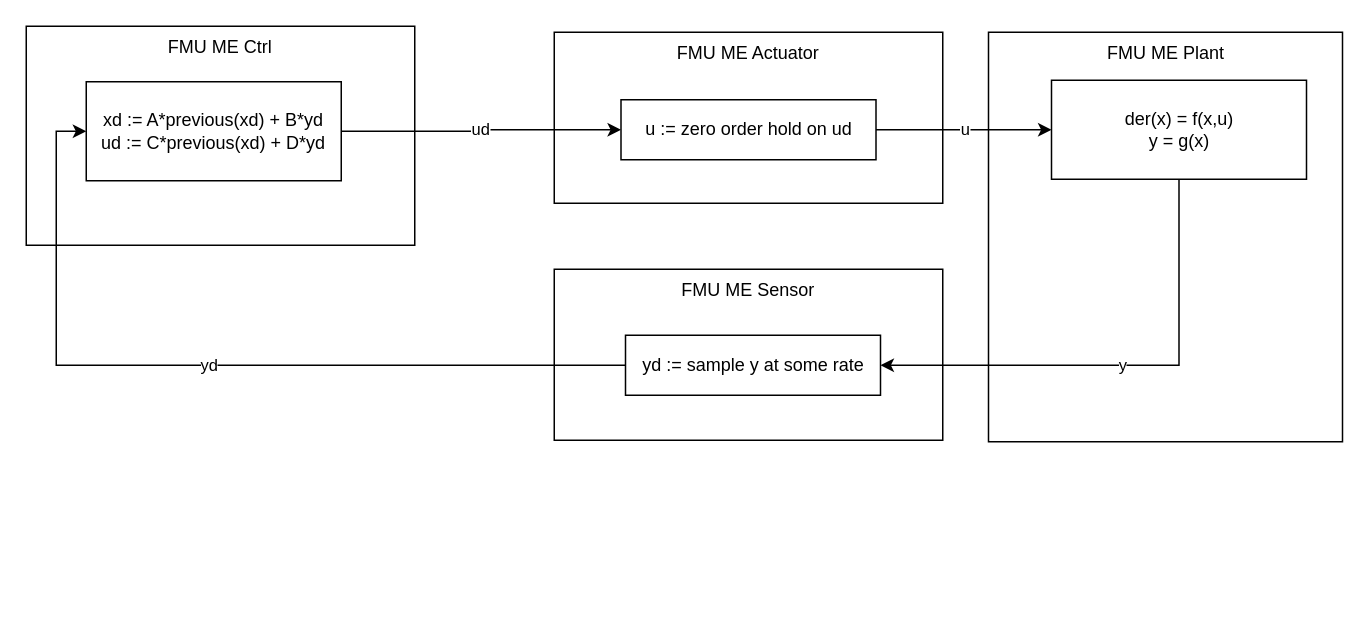
This is docs/3.0-dev/images/synchronous-clock-scenario.drawio from modelica/fmi-standard.org, a draw.io file, before an edit. Source tidied: cells renumbered, new cells numbered last; positions are measured from the earlier drawing's top-left corner, leaving out a move shared by most shapes. Both pictures are drawn from the tidied source at 150%, with x=0, y=0 at pixel (26, 26).
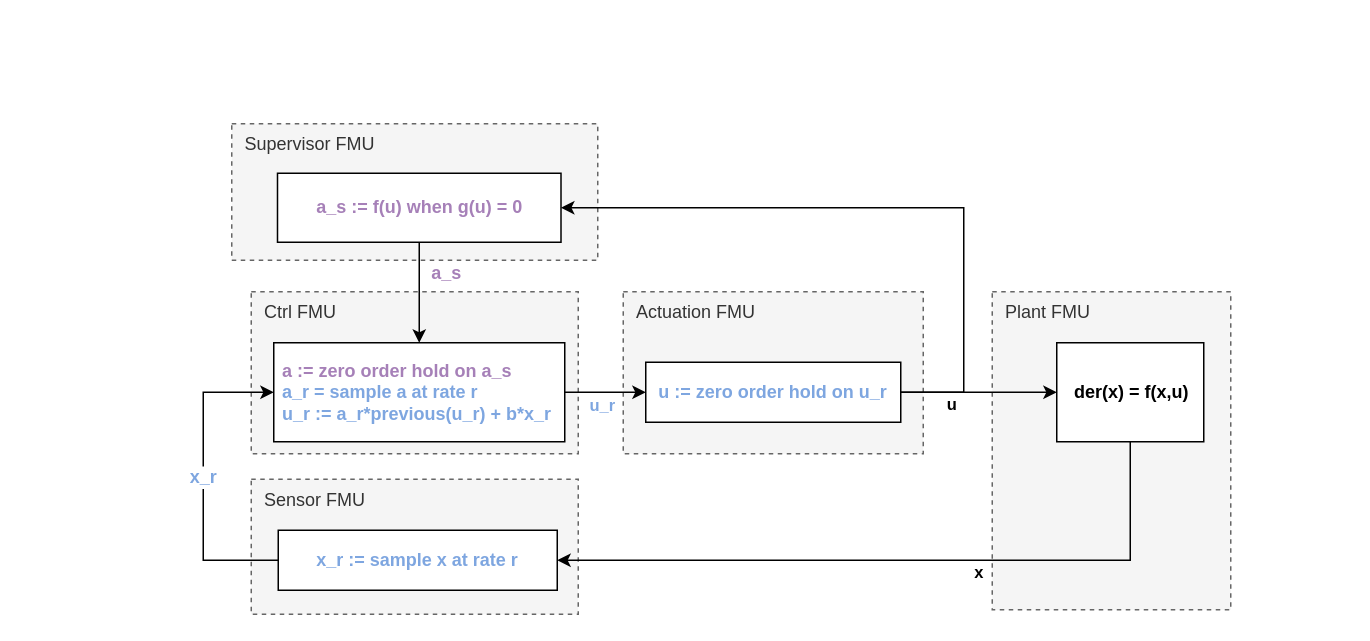
Above is the later version.

What changed in the source:
```diff
@@
-    <mxCell id="2" value="FMU ME Sensor" style="rounded=0;whiteSpace=wrap;html=1;verticalAlign=top;fillColor=none;" parent="1" vertex="1">
-      <mxGeometry x="352" y="162" width="259" height="114" as="geometry" />
-    </mxCell>
-    <mxCell id="3" value="FMU ME Ctrl" style="rounded=0;whiteSpace=wrap;html=1;verticalAlign=top;fillColor=none;" parent="1" vertex="1">
-      <mxGeometry width="259" height="146" as="geometry" />
-    </mxCell>
-    <mxCell id="4" value="ud" style="edgeStyle=orthogonalEdgeStyle;rounded=0;jettySize=auto;html=1;" parent="1" edge="1" source="5" target="9">
-      <mxGeometry relative="1" as="geometry" />
-    </mxCell>
-    <mxCell id="5" value="xd := A*previous(xd) + B*yd&lt;br&gt;ud := C*previous(xd) + D*yd" style="rounded=0;whiteSpace=wrap;html=1;" parent="1" vertex="1">
-      <mxGeometry x="40" y="37" width="170" height="66" as="geometry" />
-    </mxCell>
-    <mxCell id="6" value="yd" style="edgeStyle=orthogonalEdgeStyle;rounded=0;jettySize=auto;html=1;entryX=0;entryY=0.5;entryDx=0;entryDy=0;exitX=0;exitY=0.5;exitDx=0;exitDy=0;" parent="1" edge="1" source="7" target="5">
-      <mxGeometry relative="1" as="geometry" />
-    </mxCell>
-    <mxCell id="7" value="yd := sample y at some rate" style="rounded=0;whiteSpace=wrap;html=1;" parent="1" vertex="1">
-      <mxGeometry x="399.5" y="206" width="170" height="40" as="geometry" />
-    </mxCell>
+    <mxCell id="14" value="Sensor FMU" style="rounded=0;whiteSpace=wrap;html=1;verticalAlign=top;fillColor=#f5f5f5;dashed=1;strokeColor=#666666;fontColor=#333333;align=left;spacingLeft=7;" parent="1" vertex="1">
+      <mxGeometry x="150" y="302" width="218" height="90" as="geometry" />
+    </mxCell>
+    <mxCell id="15" value="Plant FMU" style="rounded=0;whiteSpace=wrap;html=1;verticalAlign=top;fillColor=#f5f5f5;dashed=1;strokeColor=#666666;fontColor=#333333;align=left;spacingLeft=7;" parent="1" vertex="1">
+      <mxGeometry x="644" y="177" width="159" height="212" as="geometry" />
+    </mxCell>
+    <mxCell id="16" value="Actuation FMU" style="rounded=0;whiteSpace=wrap;html=1;verticalAlign=top;fillColor=#f5f5f5;dashed=1;strokeColor=#666666;fontColor=#333333;align=left;spacingLeft=7;" parent="1" vertex="1">
+      <mxGeometry x="398" y="177" width="200" height="108" as="geometry" />
+    </mxCell>
+    <mxCell id="17" value="Ctrl FMU" style="rounded=0;whiteSpace=wrap;html=1;verticalAlign=top;fillColor=#f5f5f5;dashed=1;strokeColor=#666666;fontColor=#333333;align=left;spacingLeft=7;" parent="1" vertex="1">
+      <mxGeometry x="150" y="177" width="218" height="108" as="geometry" />
+    </mxCell>
+    <mxCell id="18" value="&lt;font color=&quot;#7ea6e0&quot;&gt;u_r&lt;/font&gt;" style="edgeStyle=orthogonalEdgeStyle;rounded=0;jettySize=auto;html=1;fontStyle=1;" parent="1" edge="1" source="19" target="22">
+      <mxGeometry x="-0.08" y="-9" relative="1" as="geometry" />
+    </mxCell>
+    <mxCell id="19" value="&lt;font color=&quot;#a680b8&quot;&gt;a := zero order hold on a_s&lt;/font&gt;&lt;br&gt;&lt;font color=&quot;#7ea6e0&quot;&gt;a_r = sample a at rate r&lt;br&gt;u_r := a_r*previous(u_r) + b*x_r&lt;/font&gt;" style="rounded=0;whiteSpace=wrap;html=1;align=left;spacingLeft=4;fontStyle=1;" parent="1" vertex="1">
+      <mxGeometry x="165" y="211" width="194" height="66" as="geometry" />
+    </mxCell>
+    <mxCell id="20" value="&lt;span style=&quot;font-size: 12px&quot;&gt;&lt;font color=&quot;#7ea6e0&quot;&gt;x_r&lt;/font&gt;&lt;/span&gt;" style="edgeStyle=orthogonalEdgeStyle;rounded=0;jettySize=auto;html=1;entryX=0;entryY=0.5;entryDx=0;entryDy=0;exitX=0;exitY=0.5;exitDx=0;exitDy=0;fontStyle=1;" parent="1" edge="1" source="21" target="19">
+      <mxGeometry relative="1" as="geometry">
+        <Array as="points">
+          <mxPoint x="118" y="356" />
+          <mxPoint x="118" y="244" />
+        </Array>
+      </mxGeometry>
+    </mxCell>
+    <mxCell id="21" value="&lt;font color=&quot;#7ea6e0&quot;&gt;x_r := sample x at rate r&lt;/font&gt;" style="rounded=0;whiteSpace=wrap;html=1;fontStyle=1;" parent="1" vertex="1">
+      <mxGeometry x="168" y="336" width="186" height="40" as="geometry" />
+    </mxCell>
-    <mxCell id="8" value="u" style="edgeStyle=orthogonalEdgeStyle;rounded=0;jettySize=auto;html=1;" parent="1" edge="1" source="9" target="11">
-      <mxGeometry relative="1" as="geometry" />
+    <mxCell id="8" value="u" style="edgeStyle=orthogonalEdgeStyle;rounded=0;jettySize=auto;html=1;fontStyle=1;" parent="1" edge="1" source="22" target="24">
+      <mxGeometry x="-0.35" y="-8" relative="1" as="geometry" />
     </mxCell>
-    <mxCell id="9" value="u := zero order hold on ud" style="rounded=0;whiteSpace=wrap;html=1;" parent="1" vertex="1">
-      <mxGeometry x="396.5" y="49" width="170" height="40" as="geometry" />
-    </mxCell>
-    <mxCell id="10" value="y" style="edgeStyle=orthogonalEdgeStyle;rounded=0;jettySize=auto;html=1;exitX=0.5;exitY=1;exitDx=0;exitDy=0;entryX=1;entryY=0.5;entryDx=0;entryDy=0;" parent="1" edge="1" source="11" target="7">
-      <mxGeometry relative="1" as="geometry" />
-    </mxCell>
-    <mxCell id="11" value="der(x) = f(x,u)&lt;br&gt;y = g(x)" style="rounded=0;whiteSpace=wrap;html=1;" parent="1" vertex="1">
-      <mxGeometry x="683.5" y="36" width="170" height="66" as="geometry" />
-    </mxCell>
-    <mxCell id="12" value="FMU ME Actuator" style="rounded=0;whiteSpace=wrap;html=1;verticalAlign=top;fillColor=none;" parent="1" vertex="1">
-      <mxGeometry x="352" y="4" width="259" height="114" as="geometry" />
-    </mxCell>
-    <mxCell id="13" value="FMU ME Plant" style="rounded=0;whiteSpace=wrap;html=1;verticalAlign=top;fillColor=none;" parent="1" vertex="1">
-      <mxGeometry x="641.5" y="4" width="236" height="273" as="geometry" />
-    </mxCell>
+    <mxCell id="22" value="&lt;font color=&quot;#7ea6e0&quot;&gt;u := zero order hold on u_r&lt;/font&gt;" style="rounded=0;whiteSpace=wrap;html=1;fontStyle=1;" parent="1" vertex="1">
+      <mxGeometry x="413" y="224" width="170" height="40" as="geometry" />
+    </mxCell>
+    <mxCell id="23" value="x" style="edgeStyle=orthogonalEdgeStyle;rounded=0;jettySize=auto;html=1;exitX=0.5;exitY=1;exitDx=0;exitDy=0;entryX=1;entryY=0.5;entryDx=0;entryDy=0;fontStyle=1;" parent="1" edge="1" source="24" target="21">
+      <mxGeometry x="-0.22" y="8" relative="1" as="geometry" />
+    </mxCell>
+    <mxCell id="24" value="der(x) = f(x,u)" style="rounded=0;whiteSpace=wrap;html=1;align=left;spacingLeft=10;fontStyle=1;" parent="1" vertex="1">
+      <mxGeometry x="687" y="211" width="98" height="66" as="geometry" />
+    </mxCell>
+    <mxCell id="25" value="Supervisor FMU" style="rounded=0;whiteSpace=wrap;html=1;verticalAlign=top;fillColor=#f5f5f5;dashed=1;strokeColor=#666666;fontColor=#333333;align=left;spacingLeft=7;" parent="1" vertex="1">
+      <mxGeometry x="137" y="65" width="244" height="91" as="geometry" />
+    </mxCell>
+    <mxCell id="26" value="&lt;font color=&quot;#a680b8&quot;&gt;a_s := f(u) when g(u) = 0&lt;/font&gt;" style="rounded=0;whiteSpace=wrap;html=1;fontStyle=1;" parent="1" vertex="1">
+      <mxGeometry x="167.5" y="98" width="189" height="46" as="geometry" />
+    </mxCell>
+    <mxCell id="27" style="edgeStyle=orthogonalEdgeStyle;rounded=0;jettySize=auto;html=1;exitX=1;exitY=0.5;exitDx=0;exitDy=0;entryX=1;entryY=0.5;entryDx=0;entryDy=0;fontStyle=1;" parent="1" edge="1" source="22" target="26">
+      <mxGeometry relative="1" as="geometry">
+        <Array as="points">
+          <mxPoint x="625" y="244" />
+          <mxPoint x="625" y="121" />
+        </Array>
+      </mxGeometry>
+    </mxCell>
+    <mxCell id="28" value="&lt;span style=&quot;font-size: 12px&quot;&gt;&lt;font color=&quot;#a680b8&quot;&gt;a_s&lt;/font&gt;&lt;/span&gt;" style="edgeStyle=orthogonalEdgeStyle;rounded=0;jettySize=auto;html=1;exitX=0.5;exitY=1;exitDx=0;exitDy=0;fontStyle=1;" parent="1" edge="1" source="26" target="19">
+      <mxGeometry x="-0.38" y="18" relative="1" as="geometry" />
+    </mxCell>
```
